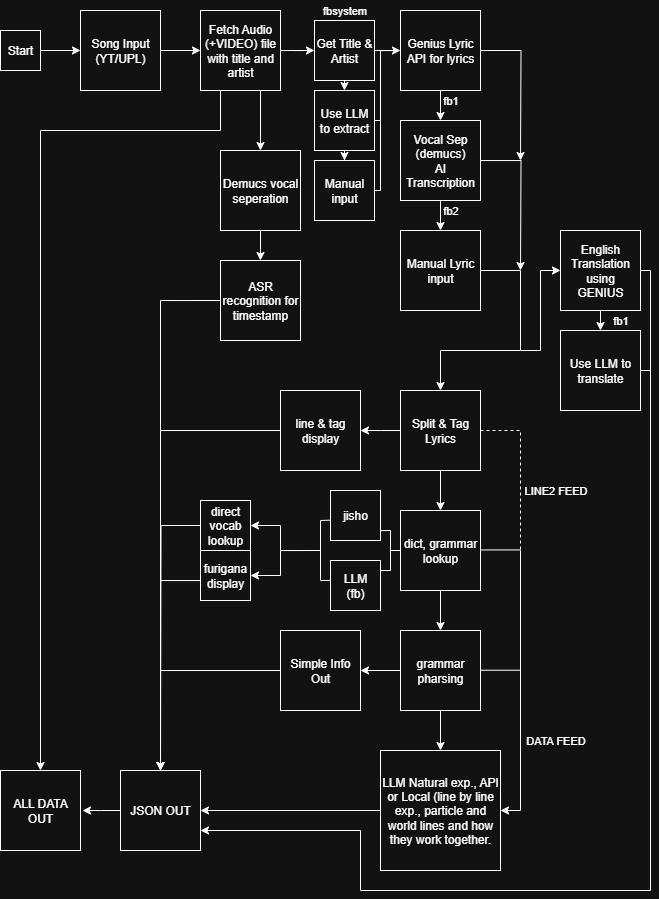
This is docs/flowchart backend.png from marb17/miraa-alternative, a draw.io export, as it was before one commit. Source tidied: cells renumbered, new cells last; positions are measured from the earlier drawing's top-left corner, leaving out a move shared by most shapes.
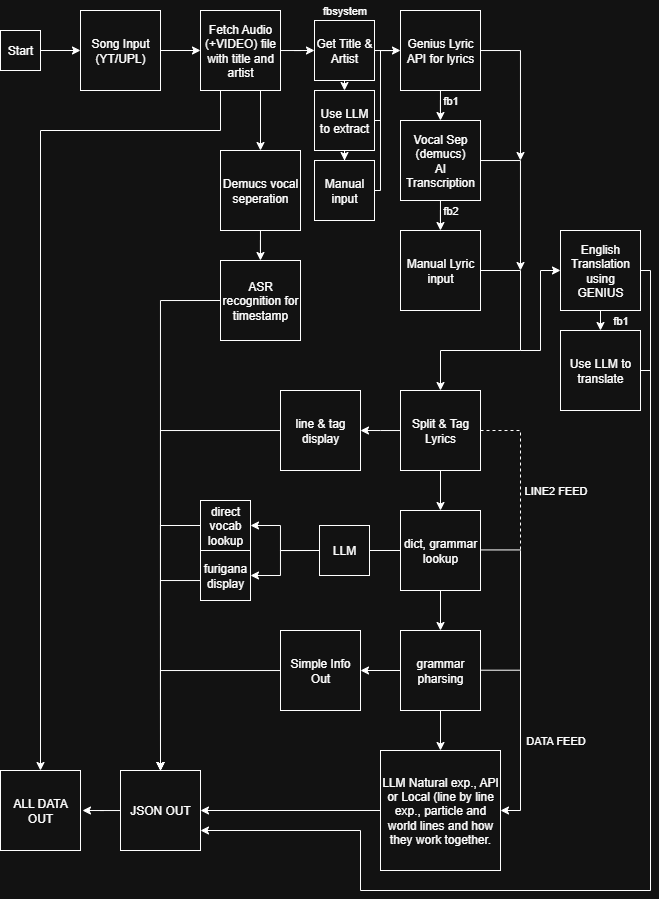
Later version of the same file.

What changed in the source:
```diff
@@ -86,9 +86,8 @@
         </Array>
       </mxGeometry>
     </mxCell>
-    <mxCell id="25" style="edgeStyle=orthogonalEdgeStyle;rounded=0;jettySize=auto;html=1;entryX=1;entryY=0.5;entryDx=0;entryDy=0;" parent="1" edge="1" target="44">
+    <mxCell id="25" style="edgeStyle=orthogonalEdgeStyle;rounded=0;jettySize=auto;html=1;entryX=1;entryY=0.5;entryDx=0;entryDy=0;exitX=0;exitY=0.5;exitDx=0;exitDy=0;" parent="1" edge="1" source="76" target="44">
       <mxGeometry relative="1" as="geometry">
-        <mxPoint x="320" y="550" as="sourcePoint" />
         <Array as="points">
           <mxPoint x="280" y="550" />
           <mxPoint x="280" y="575" />
@@ -311,46 +310,13 @@
         <mxPoint x="650" y="370" as="targetPoint" />
       </mxGeometry>
     </mxCell>
-    <mxCell id="75" value="jisho" style="whiteSpace=wrap;html=1;" parent="1" vertex="1">
-      <mxGeometry x="330" y="490" width="50" height="50" as="geometry" />
-    </mxCell>
-    <mxCell id="76" value="LLM&lt;div&gt;(fb)&lt;/div&gt;" style="whiteSpace=wrap;html=1;" parent="1" vertex="1">
-      <mxGeometry x="330" y="560" width="50" height="50" as="geometry" />
+    <mxCell id="76" value="LLM" style="whiteSpace=wrap;html=1;" parent="1" vertex="1">
+      <mxGeometry x="319" y="525" width="50" height="50" as="geometry" />
     </mxCell>
-    <mxCell id="77" style="endArrow=none;html=1;rounded=0;" parent="1" edge="1">
+    <mxCell id="77" style="endArrow=none;html=1;rounded=0;exitX=1;exitY=0.5;exitDx=0;exitDy=0;" parent="1" edge="1" source="76">
       <mxGeometry relative="1" as="geometry">
-        <mxPoint x="390" y="550" as="sourcePoint" />
         <mxPoint x="400" y="550" as="targetPoint" />
       </mxGeometry>
     </mxCell>
-    <mxCell id="78" style="endArrow=none;html=1;rounded=0;exitX=0.999;exitY=0.802;exitDx=0;exitDy=0;exitPerimeter=0;" parent="1" edge="1" source="75">
-      <mxGeometry relative="1" as="geometry">
-        <mxPoint x="390" y="570.1" as="targetPoint" />
-        <Array as="points">
-          <mxPoint x="390" y="530" />
-        </Array>
-      </mxGeometry>
-    </mxCell>
-    <mxCell id="79" style="endArrow=none;html=1;rounded=0;exitX=0.998;exitY=0.201;exitDx=0;exitDy=0;exitPerimeter=0;" parent="1" edge="1" source="76">
-      <mxGeometry relative="1" as="geometry">
-        <mxPoint x="390" y="570" as="targetPoint" />
-      </mxGeometry>
-    </mxCell>
-    <mxCell id="80" style="endArrow=none;html=1;rounded=0;" parent="1" edge="1">
-      <mxGeometry relative="1" as="geometry">
-        <mxPoint x="320" y="520" as="sourcePoint" />
-        <mxPoint x="320" y="580" as="targetPoint" />
-      </mxGeometry>
-    </mxCell>
-    <mxCell id="81" style="endArrow=none;html=1;rounded=0;entryX=-0.014;entryY=0.594;entryDx=0;entryDy=0;entryPerimeter=0;" parent="1" edge="1" target="75">
-      <mxGeometry relative="1" as="geometry">
-        <mxPoint x="320" y="520" as="sourcePoint" />
-      </mxGeometry>
-    </mxCell>
-    <mxCell id="82" style="endArrow=none;html=1;rounded=0;entryX=0;entryY=0.398;entryDx=0;entryDy=0;entryPerimeter=0;" parent="1" edge="1" target="76">
-      <mxGeometry relative="1" as="geometry">
-        <mxPoint x="320" y="580" as="sourcePoint" />
-      </mxGeometry>
-    </mxCell>
   </root>
 </mxGraphModel>
```
